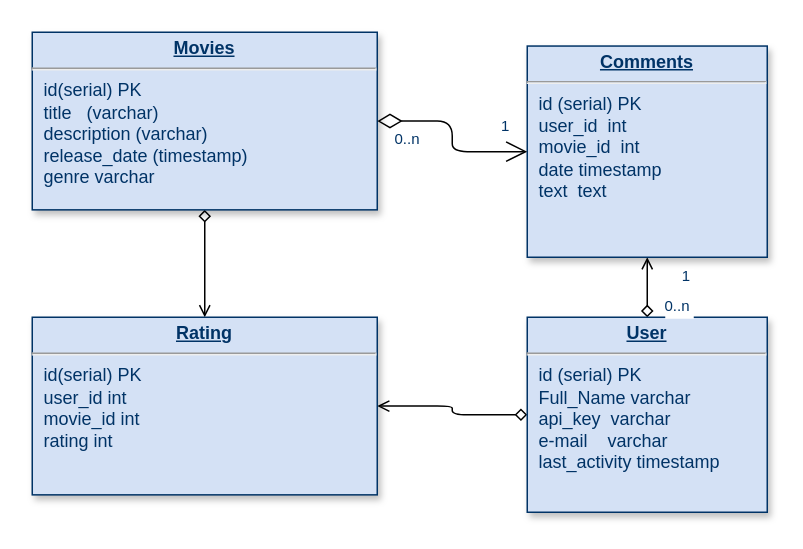
Before: BD.drawio in shoblin/my_projects, a draw.io diagram. Source tidied: cells renumbered, new cells numbered last; positions are measured from the earlier drawing's top-left corner, leaving out a move shared by most shapes. Both pictures are drawn from the tidied source at 150%, with x=0, y=0 at pixel (32, 32).
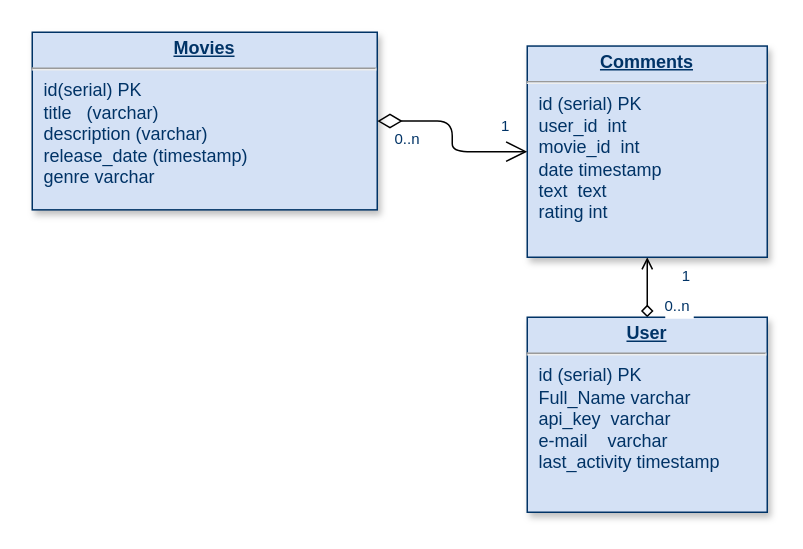
After the change.

Commit message:
delete table rating BD.drawio

The edit, as a diff of the source:
```diff
@@
 <mxGraphModel>
   <root>
     <mxCell id="0" />
     <mxCell id="1" parent="0" />
     <mxCell id="2" style="edgeStyle=orthogonalEdgeStyle;rounded=1;jettySize=auto;html=1;entryX=0.5;entryY=1;entryDx=0;entryDy=0;endArrow=open;endFill=0;startArrow=diamond;startFill=0;" parent="1" edge="1" source="4" target="5">
       <mxGeometry relative="1" as="geometry" />
     </mxCell>
-    <mxCell id="3" style="edgeStyle=orthogonalEdgeStyle;rounded=1;jettySize=auto;html=1;exitX=0;exitY=0.5;exitDx=0;exitDy=0;entryX=1;entryY=0.5;entryDx=0;entryDy=0;startArrow=diamond;startFill=0;endArrow=open;endFill=0;" parent="1" edge="1" source="4" target="13">
-      <mxGeometry relative="1" as="geometry" />
-    </mxCell>
     <mxCell id="4" value="&lt;p style=&quot;margin: 0px ; margin-top: 4px ; text-align: center ; text-decoration: underline&quot;&gt;&lt;b&gt;User&lt;/b&gt;&lt;/p&gt;&lt;hr&gt;&lt;p style=&quot;margin: 0px ; margin-left: 8px&quot;&gt;id (serial) PK&lt;/p&gt;&lt;p style=&quot;margin: 0px ; margin-left: 8px&quot;&gt;Full_Name varchar&lt;/p&gt;&lt;p style=&quot;margin: 0px ; margin-left: 8px&quot;&gt;api_key&amp;nbsp; varchar&lt;/p&gt;&lt;p style=&quot;margin: 0px ; margin-left: 8px&quot;&gt;e-mail&amp;nbsp; &amp;nbsp; varchar&lt;/p&gt;&lt;p style=&quot;margin: 0px ; margin-left: 8px&quot;&gt;last_activity timestamp&lt;/p&gt;" style="verticalAlign=top;align=left;overflow=fill;fontSize=12;fontFamily=Helvetica;html=1;strokeColor=#003366;shadow=1;fillColor=#D4E1F5;fontColor=#003366;" parent="1" vertex="1">
       <mxGeometry x="330" y="190" width="160" height="130" as="geometry" />
     </mxCell>
-    <mxCell id="5" value="&lt;p style=&quot;margin: 0px ; margin-top: 4px ; text-align: center ; text-decoration: underline&quot;&gt;&lt;b&gt;Comments&lt;/b&gt;&lt;/p&gt;&lt;hr&gt;&lt;p style=&quot;margin: 0px ; margin-left: 8px&quot;&gt;id (serial) PK&lt;/p&gt;&lt;p style=&quot;margin: 0px ; margin-left: 8px&quot;&gt;user_id&amp;nbsp; int&lt;/p&gt;&lt;p style=&quot;margin: 0px ; margin-left: 8px&quot;&gt;&lt;span&gt;movie_id&amp;nbsp; int&lt;/span&gt;&lt;br&gt;&lt;/p&gt;&lt;p style=&quot;margin: 0px ; margin-left: 8px&quot;&gt;date timestamp&lt;/p&gt;&lt;p style=&quot;margin: 0px ; margin-left: 8px&quot;&gt;text&amp;nbsp; text&lt;/p&gt;" style="verticalAlign=top;align=left;overflow=fill;fontSize=12;fontFamily=Helvetica;html=1;strokeColor=#003366;shadow=1;fillColor=#D4E1F5;fontColor=#003366;" parent="1" vertex="1">
+    <mxCell id="5" value="&lt;p style=&quot;margin: 0px ; margin-top: 4px ; text-align: center ; text-decoration: underline&quot;&gt;&lt;b&gt;Comments&lt;/b&gt;&lt;/p&gt;&lt;hr&gt;&lt;p style=&quot;margin: 0px ; margin-left: 8px&quot;&gt;id (serial) PK&lt;/p&gt;&lt;p style=&quot;margin: 0px ; margin-left: 8px&quot;&gt;user_id&amp;nbsp; int&lt;/p&gt;&lt;p style=&quot;margin: 0px ; margin-left: 8px&quot;&gt;&lt;span&gt;movie_id&amp;nbsp; int&lt;/span&gt;&lt;br&gt;&lt;/p&gt;&lt;p style=&quot;margin: 0px ; margin-left: 8px&quot;&gt;date timestamp&lt;/p&gt;&lt;p style=&quot;margin: 0px ; margin-left: 8px&quot;&gt;text&amp;nbsp; text&lt;/p&gt;&lt;p style=&quot;margin: 0px ; margin-left: 8px&quot;&gt;rating int&lt;/p&gt;" style="verticalAlign=top;align=left;overflow=fill;fontSize=12;fontFamily=Helvetica;html=1;strokeColor=#003366;shadow=1;fillColor=#D4E1F5;fontColor=#003366;" parent="1" vertex="1">
       <mxGeometry x="330" y="9.2" width="160" height="140.8" as="geometry" />
     </mxCell>
-    <mxCell id="6" style="edgeStyle=orthogonalEdgeStyle;rounded=1;jettySize=auto;html=1;entryX=0.5;entryY=0;entryDx=0;entryDy=0;startArrow=diamond;startFill=0;endArrow=open;endFill=0;" parent="1" edge="1" source="7" target="13">
-      <mxGeometry relative="1" as="geometry" />
-    </mxCell>
     <mxCell id="7" value="&lt;p style=&quot;margin: 0px ; margin-top: 4px ; text-align: center ; text-decoration: underline&quot;&gt;&lt;b&gt;Movies&lt;/b&gt;&lt;/p&gt;&lt;hr&gt;&lt;p style=&quot;margin: 0px ; margin-left: 8px&quot;&gt;id(serial) PK&lt;/p&gt;&lt;p style=&quot;margin: 0px ; margin-left: 8px&quot;&gt;title&amp;nbsp; &amp;nbsp;(varchar)&lt;/p&gt;&lt;p style=&quot;margin: 0px ; margin-left: 8px&quot;&gt;description (varchar)&lt;/p&gt;&lt;p style=&quot;margin: 0px ; margin-left: 8px&quot;&gt;release_date (timestamp)&lt;/p&gt;&lt;p style=&quot;margin: 0px ; margin-left: 8px&quot;&gt;genre varchar&lt;/p&gt;&lt;p style=&quot;margin: 0px ; margin-left: 8px&quot;&gt;&lt;br&gt;&lt;/p&gt;" style="verticalAlign=top;align=left;overflow=fill;fontSize=12;fontFamily=Helvetica;html=1;strokeColor=#003366;shadow=1;fillColor=#D4E1F5;fontColor=#003366;" parent="1" vertex="1">
       <mxGeometry width="230" height="118.4" as="geometry" />
     </mxCell>
     <mxCell id="8" style="endArrow=open;endSize=12;startArrow=diamondThin;startSize=14;startFill=0;edgeStyle=orthogonalEdgeStyle;" parent="1" edge="1" source="7" target="5">
       <mxGeometry x="620" y="340" as="geometry" />
     </mxCell>
     <mxCell id="9" value="0..n" style="align=left;verticalAlign=top;labelBackgroundColor=#ffffff;fontSize=10;strokeColor=#003366;shadow=1;fillColor=#D4E1F5;fontColor=#003366;" parent="8" vertex="1">
       <mxGeometry x="-1" relative="1" as="geometry">
         <mxPoint x="10" as="offset" />
       </mxGeometry>
     </mxCell>
     <mxCell id="10" value="1" style="align=right;verticalAlign=top;labelBackgroundColor=#ffffff;fontSize=10;strokeColor=#003366;shadow=1;fillColor=#D4E1F5;fontColor=#003366;" parent="8" vertex="1">
       <mxGeometry x="1" relative="1" as="geometry">
         <mxPoint x="-10" y="-29" as="offset" />
       </mxGeometry>
     </mxCell>
     <mxCell id="11" value="0..n" style="align=left;verticalAlign=top;labelBackgroundColor=#ffffff;fontSize=10;strokeColor=#003366;shadow=1;fillColor=#D4E1F5;fontColor=#003366;" parent="1" vertex="1">
       <mxGeometry x="420" y="170" as="geometry" />
     </mxCell>
     <mxCell id="12" value="1" style="align=right;verticalAlign=top;labelBackgroundColor=#ffffff;fontSize=10;strokeColor=#003366;shadow=1;fillColor=#D4E1F5;fontColor=#003366;" parent="1" vertex="1">
       <mxGeometry x="440" y="150" as="geometry" />
     </mxCell>
-    <mxCell id="13" value="&lt;p style=&quot;margin: 0px ; margin-top: 4px ; text-align: center ; text-decoration: underline&quot;&gt;&lt;b&gt;Rating&lt;/b&gt;&lt;/p&gt;&lt;hr&gt;&lt;p style=&quot;margin: 0px ; margin-left: 8px&quot;&gt;id(serial) PK&lt;/p&gt;&lt;p style=&quot;margin: 0px ; margin-left: 8px&quot;&gt;user_id int&lt;/p&gt;&lt;p style=&quot;margin: 0px ; margin-left: 8px&quot;&gt;movie_id int&lt;/p&gt;&lt;p style=&quot;margin: 0px ; margin-left: 8px&quot;&gt;rating int&lt;/p&gt;&lt;p style=&quot;margin: 0px ; margin-left: 8px&quot;&gt;&lt;br&gt;&lt;/p&gt;" style="verticalAlign=top;align=left;overflow=fill;fontSize=12;fontFamily=Helvetica;html=1;strokeColor=#003366;shadow=1;fillColor=#D4E1F5;fontColor=#003366;" parent="1" vertex="1">
-      <mxGeometry y="190" width="230" height="118.4" as="geometry" />
-    </mxCell>
   </root>
 </mxGraphModel>
```
